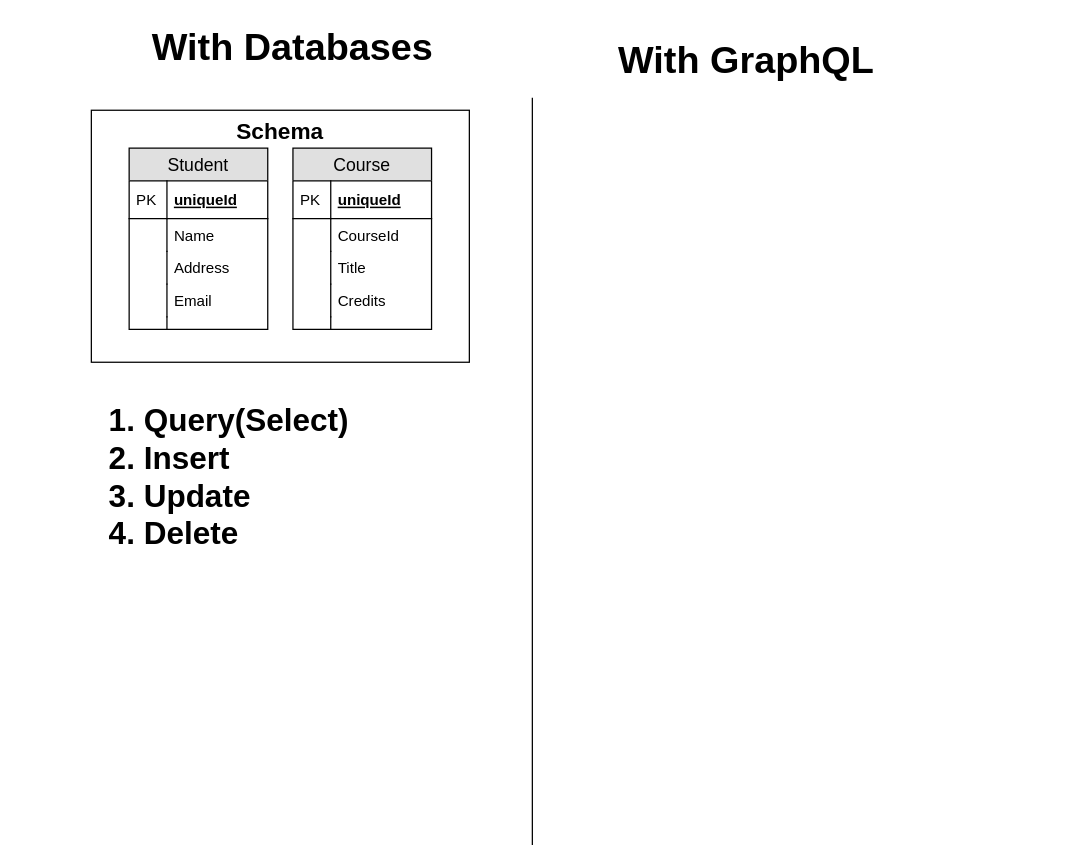
The draw.io diagram Images/What-DatabaseAndGraphQL.drawio in clakmalk/GraphQLwithASPNETCore, before the edit. Source tidied: cells renumbered, new cells numbered last; positions are measured from the earlier drawing's top-left corner, leaving out a move shared by most shapes. Both pictures are drawn from the tidied source at 126%, with x=0, y=0 at pixel (91, 21).
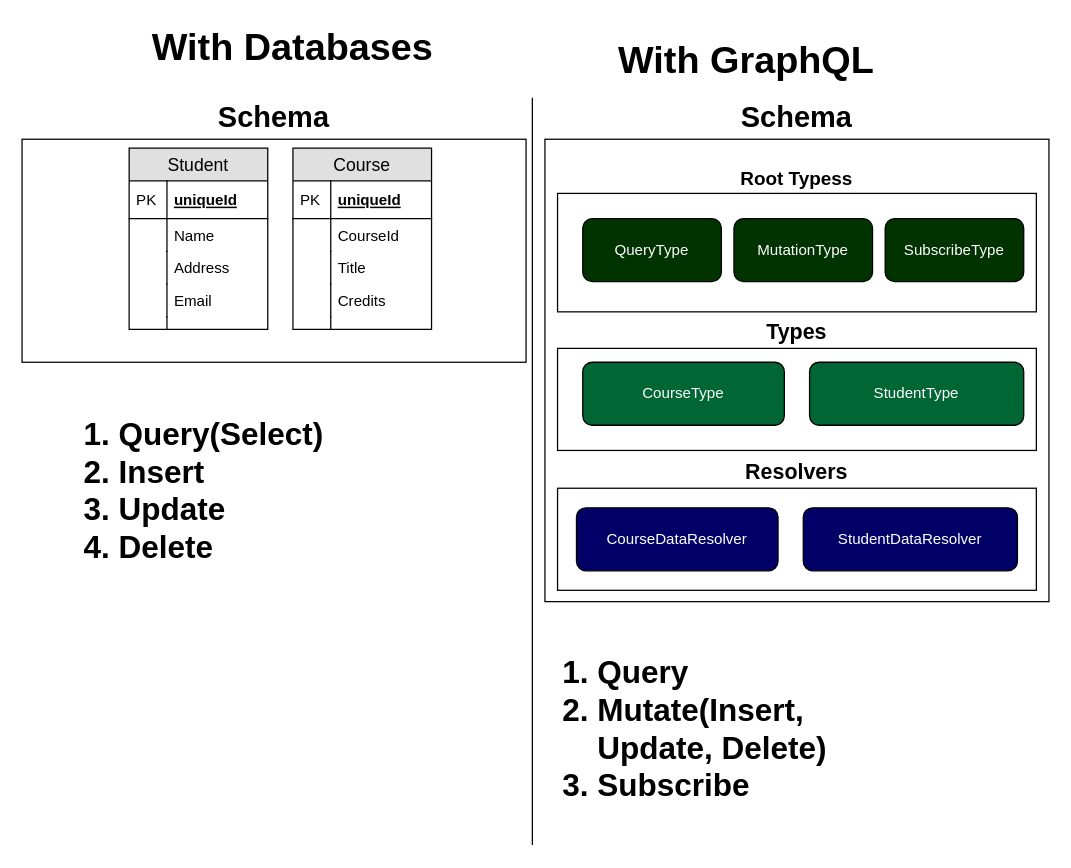
After the change.

Diff of the diagram source:
```diff
@@
-    <mxCell id="2" value="&lt;h2&gt;&lt;br&gt;&lt;/h2&gt;" style="rounded=0;whiteSpace=wrap;html=1;align=center;labelPadding=0;direction=north;" parent="1" vertex="1">
-      <mxGeometry y="70" width="300" height="200" as="geometry" />
-    </mxCell>
+    <mxCell id="30" value="&lt;font style=&quot;font-size: 23px&quot;&gt;&lt;b&gt;Schema&lt;/b&gt;&lt;/font&gt;" style="rounded=0;whiteSpace=wrap;html=1;labelPosition=center;verticalLabelPosition=top;align=center;verticalAlign=bottom;" parent="1" vertex="1">
+      <mxGeometry x="-55" y="93" width="400" height="177" as="geometry" />
+    </mxCell>
+    <mxCell id="31" value="&lt;font style=&quot;font-size: 23px&quot;&gt;&lt;b&gt;Schema&lt;/b&gt;&lt;/font&gt;" style="rounded=0;whiteSpace=wrap;html=1;labelPosition=center;verticalLabelPosition=top;align=center;verticalAlign=bottom;" parent="1" vertex="1">
+      <mxGeometry x="360" y="93" width="400" height="367" as="geometry" />
+    </mxCell>
@@
-    <mxCell id="25" value="&lt;b&gt;&lt;font style=&quot;font-size: 18px&quot;&gt;Schema&lt;/font&gt;&lt;/b&gt;" style="text;html=1;strokeColor=none;fillColor=none;align=center;verticalAlign=middle;whiteSpace=wrap;rounded=0;" parent="1" vertex="1">
-      <mxGeometry x="75" y="67" width="150" height="40" as="geometry" />
-    </mxCell>
@@
     <mxCell id="27" value="&lt;ol style=&quot;font-size: 25px&quot;&gt;&lt;li&gt;Query(Select)&lt;/li&gt;&lt;li&gt;Insert&lt;/li&gt;&lt;li&gt;Update&lt;/li&gt;&lt;li&gt;Delete&amp;nbsp;&lt;/li&gt;&lt;/ol&gt;" style="text;html=1;strokeColor=none;fillColor=none;align=left;verticalAlign=middle;whiteSpace=wrap;rounded=0;fontStyle=1;fontSize=35;" parent="1" vertex="1">
-      <mxGeometry y="280" width="290" height="160" as="geometry" />
+      <mxGeometry x="-20" y="291" width="290" height="160" as="geometry" />
     </mxCell>
@@
+    <mxCell id="32" value="&lt;b&gt;&lt;font style=&quot;font-size: 15px&quot;&gt;Root Typess&lt;/font&gt;&lt;/b&gt;" style="rounded=0;whiteSpace=wrap;html=1;labelPosition=center;verticalLabelPosition=top;align=center;verticalAlign=bottom;" parent="1" vertex="1">
+      <mxGeometry x="370" y="136" width="380" height="94" as="geometry" />
+    </mxCell>
+    <mxCell id="33" value="QueryType" style="rounded=1;whiteSpace=wrap;html=1;fillColor=#003300;fontColor=#FFFFFF;" parent="1" vertex="1">
+      <mxGeometry x="390" y="156" width="110" height="50" as="geometry" />
+    </mxCell>
+    <mxCell id="34" value="MutationType" style="rounded=1;whiteSpace=wrap;html=1;fillColor=#003300;fontColor=#FFFFFF;" parent="1" vertex="1">
+      <mxGeometry x="510" y="156" width="110" height="50" as="geometry" />
+    </mxCell>
+    <mxCell id="35" value="SubscribeType" style="rounded=1;whiteSpace=wrap;html=1;fillColor=#003300;fontColor=#FFFFFF;" parent="1" vertex="1">
+      <mxGeometry x="630" y="156" width="110" height="50" as="geometry" />
+    </mxCell>
+    <mxCell id="36" value="&lt;b&gt;&lt;font style=&quot;font-size: 17px&quot;&gt;Types&lt;/font&gt;&lt;/b&gt;" style="rounded=0;whiteSpace=wrap;html=1;labelPosition=center;verticalLabelPosition=top;align=center;verticalAlign=bottom;" parent="1" vertex="1">
+      <mxGeometry x="370" y="259" width="380" height="81" as="geometry" />
+    </mxCell>
+    <mxCell id="37" value="CourseType" style="rounded=1;whiteSpace=wrap;fillColor=#006633;fontColor=#FFFFFF;" parent="1" vertex="1">
+      <mxGeometry x="390" y="270" width="160" height="50" as="geometry" />
+    </mxCell>
+    <mxCell id="38" value="StudentType" style="rounded=1;whiteSpace=wrap;fillColor=#006633;fontColor=#FFFFFF;" parent="1" vertex="1">
+      <mxGeometry x="570" y="270" width="170" height="50" as="geometry" />
+    </mxCell>
+    <mxCell id="39" value="&lt;b&gt;&lt;font style=&quot;font-size: 17px&quot;&gt;Resolvers&lt;br&gt;&lt;/font&gt;&lt;/b&gt;" style="rounded=0;whiteSpace=wrap;html=1;labelPosition=center;verticalLabelPosition=top;align=center;verticalAlign=bottom;" parent="1" vertex="1">
+      <mxGeometry x="370" y="370" width="380" height="81" as="geometry" />
+    </mxCell>
+    <mxCell id="40" value="CourseDataResolver" style="rounded=1;whiteSpace=wrap;fillColor=#000066;fontColor=#FFFFFF;" parent="1" vertex="1">
+      <mxGeometry x="385" y="385.5" width="160" height="50" as="geometry" />
+    </mxCell>
+    <mxCell id="41" value="StudentDataResolver" style="rounded=1;whiteSpace=wrap;fillColor=#000066;fontColor=#FFFFFF;" parent="1" vertex="1">
+      <mxGeometry x="565" y="385.5" width="170" height="50" as="geometry" />
+    </mxCell>
+    <mxCell id="42" value="&lt;ol style=&quot;font-size: 25px&quot;&gt;&lt;li&gt;Query&lt;/li&gt;&lt;li&gt;Mutate(Insert, Update, Delete)&lt;/li&gt;&lt;li&gt;Subscribe&lt;/li&gt;&lt;/ol&gt;" style="text;html=1;strokeColor=none;fillColor=none;align=left;verticalAlign=middle;whiteSpace=wrap;rounded=0;fontStyle=1;fontSize=35;" parent="1" vertex="1">
+      <mxGeometry x="360" y="480" width="290" height="160" as="geometry" />
+    </mxCell>
```
